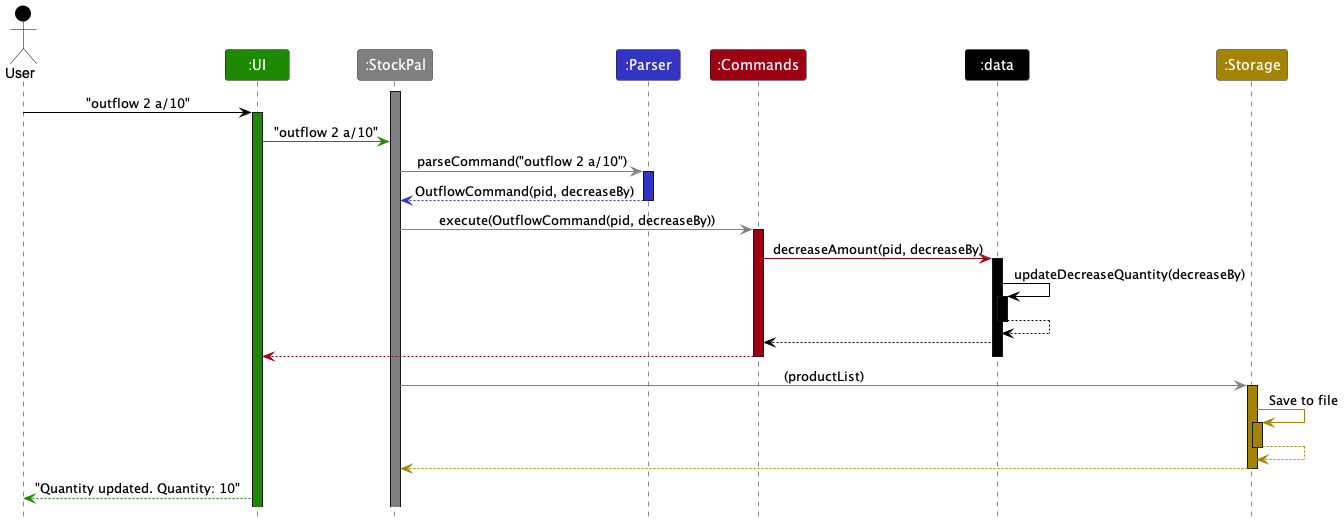
nus-cs2113-AY2324S2/tp keeps this PlantUML diagram as docs/images/OutflowCommandSequence.png. Above is the earlier version.
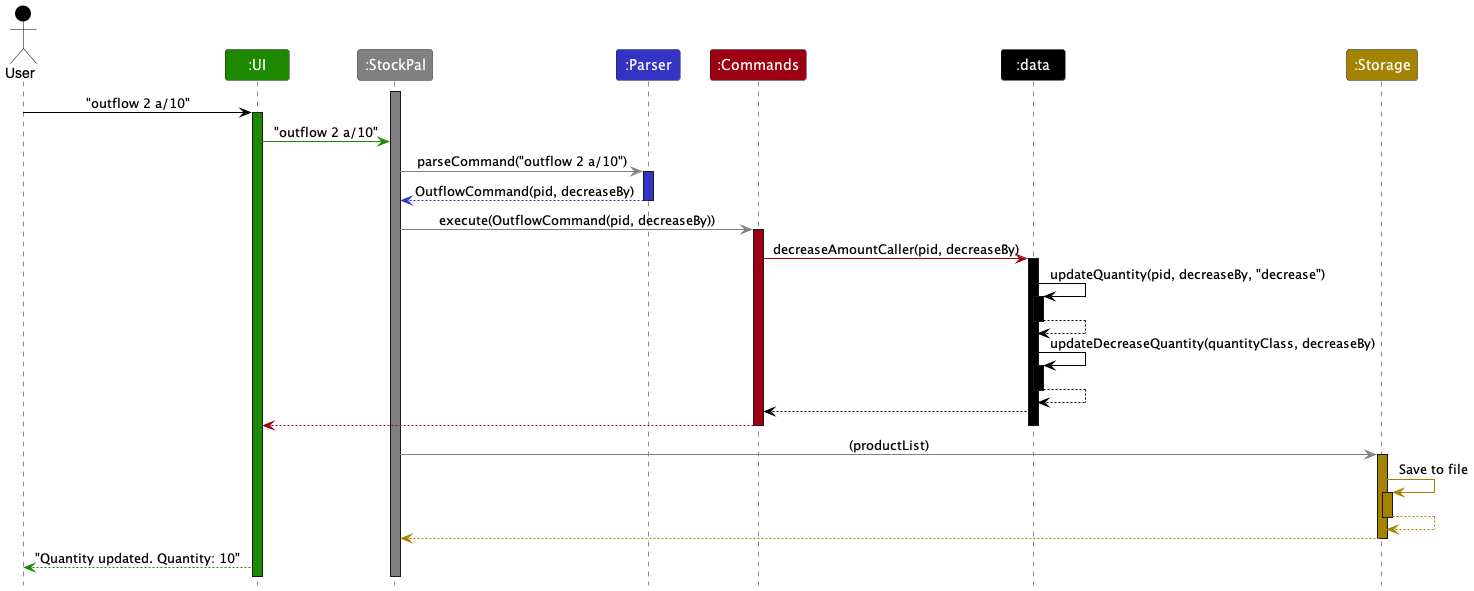
Above is the later version.

Commit message:
Update sequence diagram for inflow and outflow class

Change to the diagram source:
```diff
@@ -26,10 +26,15 @@
 stockpal -[STOCKPAL_COLOR]> commands : execute(OutflowCommand(pid, decreaseBy))
 activate commands COMMANDS_COLOR
 
-commands -[COMMANDS_COLOR]> data : decreaseAmount(pid, decreaseBy)
+commands -[COMMANDS_COLOR]> data : decreaseAmountCaller(pid, decreaseBy)
 activate data DATA_COLOR
 
-data -[DATA_COLOR]> data : updateDecreaseQuantity(decreaseBy)
+data -[DATA_COLOR]> data : updateQuantity(pid, decreaseBy, "decrease")
+activate data DATA_COLOR
+data --[DATA_COLOR]> data
+deactivate data
+
+data -[DATA_COLOR]> data : updateDecreaseQuantity(quantityClass, decreaseBy)
 activate data DATA_COLOR
 data --[DATA_COLOR]> data
 deactivate data
```
